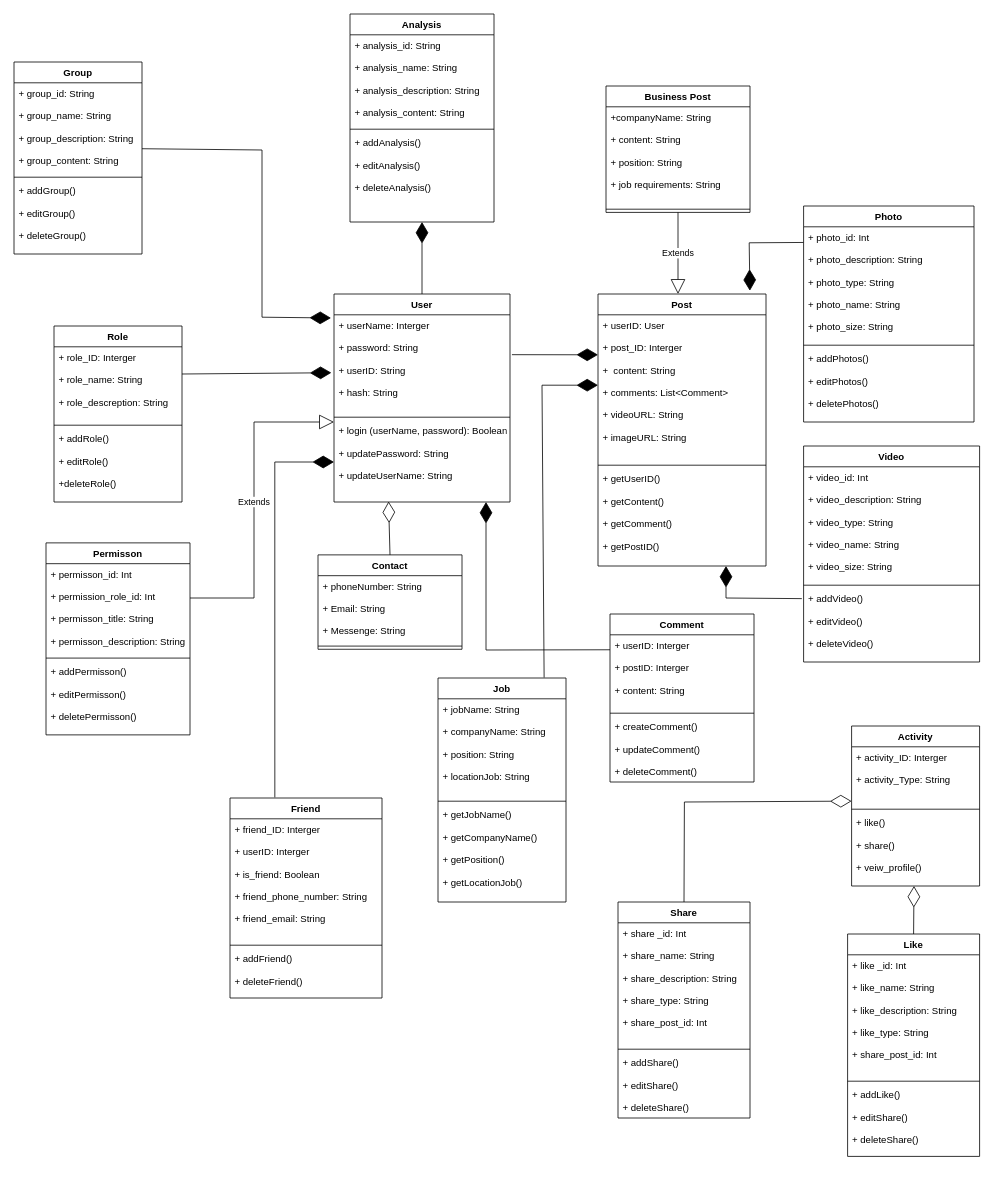
The draw.io diagram Biểu đồ không có tiêu đề.drawio in nvhoang23/BTVN_1, before the edit. Source tidied: cells renumbered, new cells numbered last; positions are measured from the earlier drawing's top-left corner, leaving out a move shared by most shapes. Both pictures are drawn from the tidied source at 80%, with x=0, y=0 at pixel (14, 14).
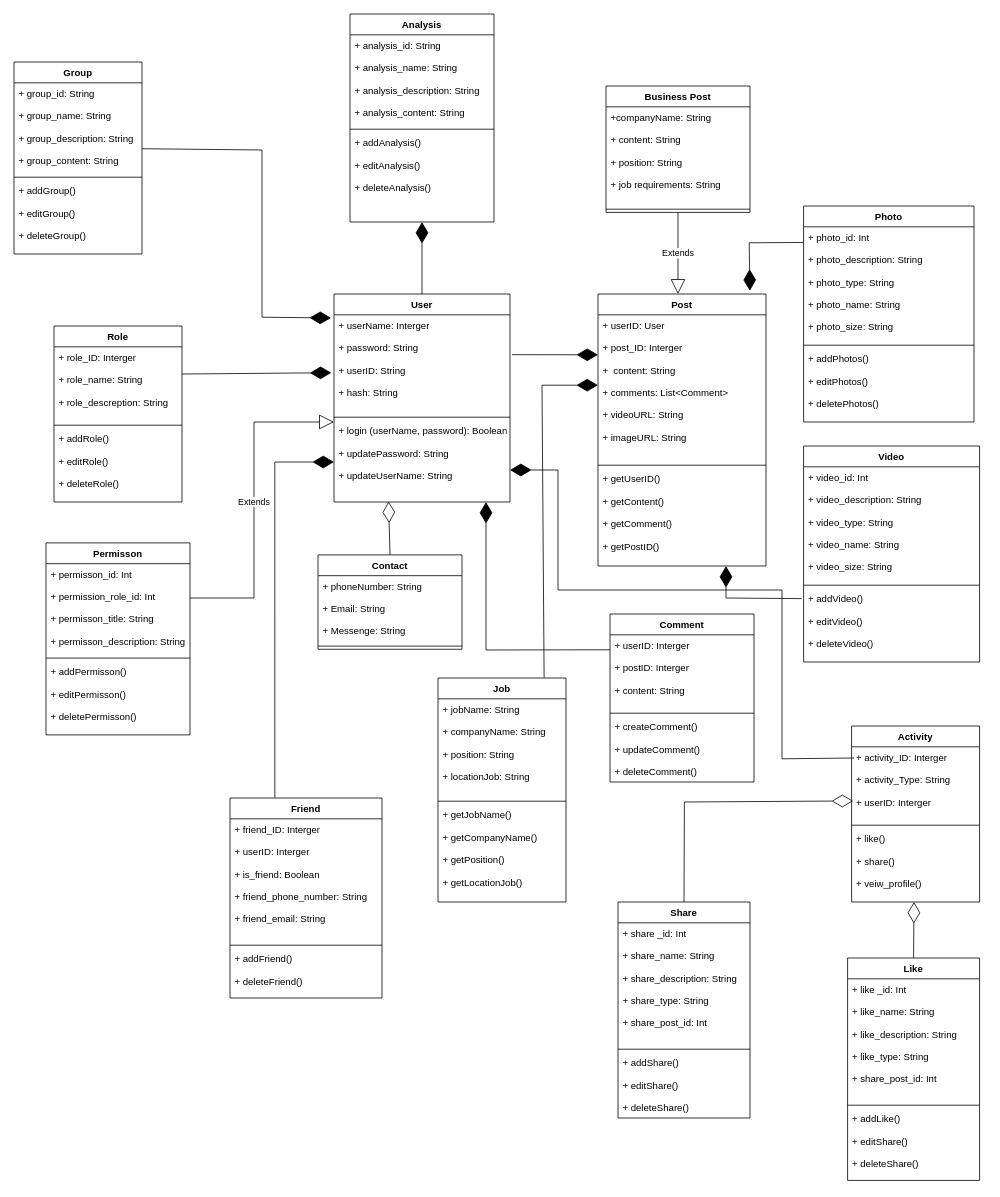
The same page after the edit.

Commit message:
GAP_SOCIAL_CLASS_DIAGRAM

Unchanged cells that the change refers to:
```xml
<mxCell id="27" value="Share" style="swimlane;fontStyle=1;align=center;verticalAlign=top;horizontal=1;startSize=26;" parent="1" vertex="1">
  <mxGeometry x="755" y="1110" width="165" height="270" as="geometry" />
</mxCell>
<mxCell id="55" value="Role" style="swimlane;fontStyle=1;align=center;verticalAlign=top;horizontal=1;startSize=26;" parent="1" vertex="1">
  <mxGeometry x="50" y="390" width="160" height="220" as="geometry" />
</mxCell>
```

The edit, as a diff of the source:
```diff
@@
     <mxCell id="31" value="Like" style="swimlane;fontStyle=1;align=center;verticalAlign=top;horizontal=1;startSize=26;" parent="1" vertex="1">
-      <mxGeometry x="1042" y="1150" width="165" height="278" as="geometry" />
+      <mxGeometry x="1042" y="1180" width="165" height="278" as="geometry" />
     </mxCell>
@@
-    <mxCell id="35" style="endArrow=diamondThin;endFill=0;endSize=24;html=1;rounded=0;exitX=0.5;exitY=0;exitDx=0;exitDy=0;entryX=0;entryY=0.918;entryDx=0;entryDy=0;entryPerimeter=0;" parent="1" edge="1" source="27" target="71">
+    <mxCell id="35" style="endArrow=diamondThin;endFill=0;endSize=24;html=1;rounded=0;exitX=0.5;exitY=0;exitDx=0;exitDy=0;entryX=0.012;entryY=0.72;entryDx=0;entryDy=0;entryPerimeter=0;" parent="1" edge="1" source="27" target="71">
       <mxGeometry relative="1" as="geometry">
         <Array as="points">
           <mxPoint x="838" y="985" />
         </Array>
       </mxGeometry>
     </mxCell>
@@
-    <mxCell id="58" value="+ addRole()&#10;&#10;+ editRole()&#10;&#10;+deleteRole()" style="text;strokeColor=none;fillColor=none;align=left;verticalAlign=top;spacingLeft=4;spacingRight=4;overflow=hidden;" parent="55" vertex="1">
+    <mxCell id="58" value="+ addRole()&#10;&#10;+ editRole()&#10;&#10;+ deleteRole()" style="text;strokeColor=none;fillColor=none;align=left;verticalAlign=top;spacingLeft=4;spacingRight=4;overflow=hidden;" parent="55" vertex="1">
       <mxGeometry y="128" width="160" height="92" as="geometry" />
     </mxCell>
@@
     <mxCell id="70" value="Activity" style="swimlane;fontStyle=1;align=center;verticalAlign=top;horizontal=1;startSize=26;" parent="1" vertex="1">
-      <mxGeometry x="1047" y="890" width="160" height="200" as="geometry" />
+      <mxGeometry x="1047" y="890" width="160" height="220" as="geometry" />
     </mxCell>
-    <mxCell id="71" value="+ activity_ID: Interger&#10;&#10;+ activity_Type: String&#10;&#10;&#10;" style="text;strokeColor=none;fillColor=none;align=left;verticalAlign=top;spacingLeft=4;spacingRight=4;overflow=hidden;points=[[0,0.5],[1,0.5]];portConstraint=eastwest;" parent="70" vertex="1">
-      <mxGeometry y="26" width="160" height="74" as="geometry" />
+    <mxCell id="71" value="+ activity_ID: Interger&#10;&#10;+ activity_Type: String&#10;&#10;+ userID: Interger&#10;&#10;&#10;" style="text;strokeColor=none;fillColor=none;align=left;verticalAlign=top;spacingLeft=4;spacingRight=4;overflow=hidden;points=[[0,0.5],[1,0.5]];portConstraint=eastwest;" parent="70" vertex="1">
+      <mxGeometry y="26" width="160" height="94" as="geometry" />
     </mxCell>
     <mxCell id="72" style="line;strokeWidth=1;fillColor=none;align=left;verticalAlign=middle;spacingTop=-1;spacingLeft=3;spacingRight=3;labelPosition=right;strokeColor=inherit;" parent="70" vertex="1">
-      <mxGeometry y="100" width="160" height="8" as="geometry" />
+      <mxGeometry y="120" width="160" height="8" as="geometry" />
     </mxCell>
     <mxCell id="73" value="+ like()&#10;&#10;+ share()&#10;&#10;+ veiw_profile()" style="text;strokeColor=none;fillColor=none;align=left;verticalAlign=top;spacingLeft=4;spacingRight=4;overflow=hidden;" parent="70" vertex="1">
-      <mxGeometry y="108" width="160" height="92" as="geometry" />
+      <mxGeometry y="128" width="160" height="92" as="geometry" />
     </mxCell>
@@
     <mxCell id="75" style="endArrow=diamondThin;endFill=0;endSize=24;html=1;rounded=0;exitX=0.5;exitY=0;exitDx=0;exitDy=0;" parent="1" edge="1" source="31">
       <mxGeometry relative="1" as="geometry">
-        <mxPoint x="1125" y="1090" as="targetPoint" />
+        <mxPoint x="1125" y="1110" as="targetPoint" />
       </mxGeometry>
     </mxCell>
@@
+    <mxCell id="79" style="endArrow=diamondThin;endFill=1;endSize=24;html=1;rounded=0;exitX=0.019;exitY=0.149;exitDx=0;exitDy=0;exitPerimeter=0;" parent="1" edge="1" source="71">
+      <mxGeometry relative="1" as="geometry">
+        <mxPoint x="620" y="570" as="targetPoint" />
+        <Array as="points">
+          <mxPoint x="960" y="931" />
+          <mxPoint x="960" y="720" />
+          <mxPoint x="680" y="720" />
+          <mxPoint x="680" y="570" />
+        </Array>
+      </mxGeometry>
+    </mxCell>
```
